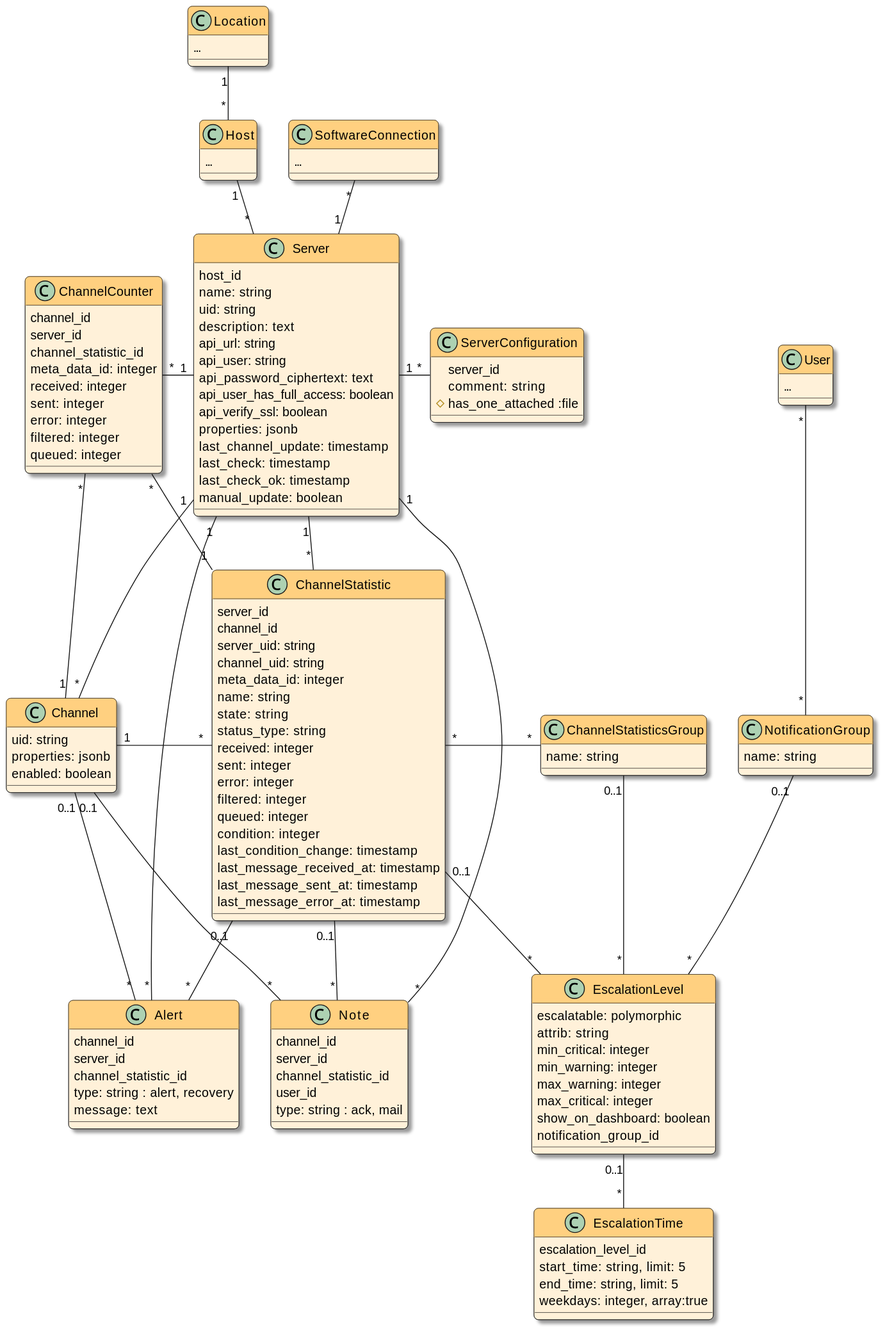
Above: docsrc/devnotes/modules/ROOT/images/models.svg in swobspace/mirco (PlantUML), before the change.
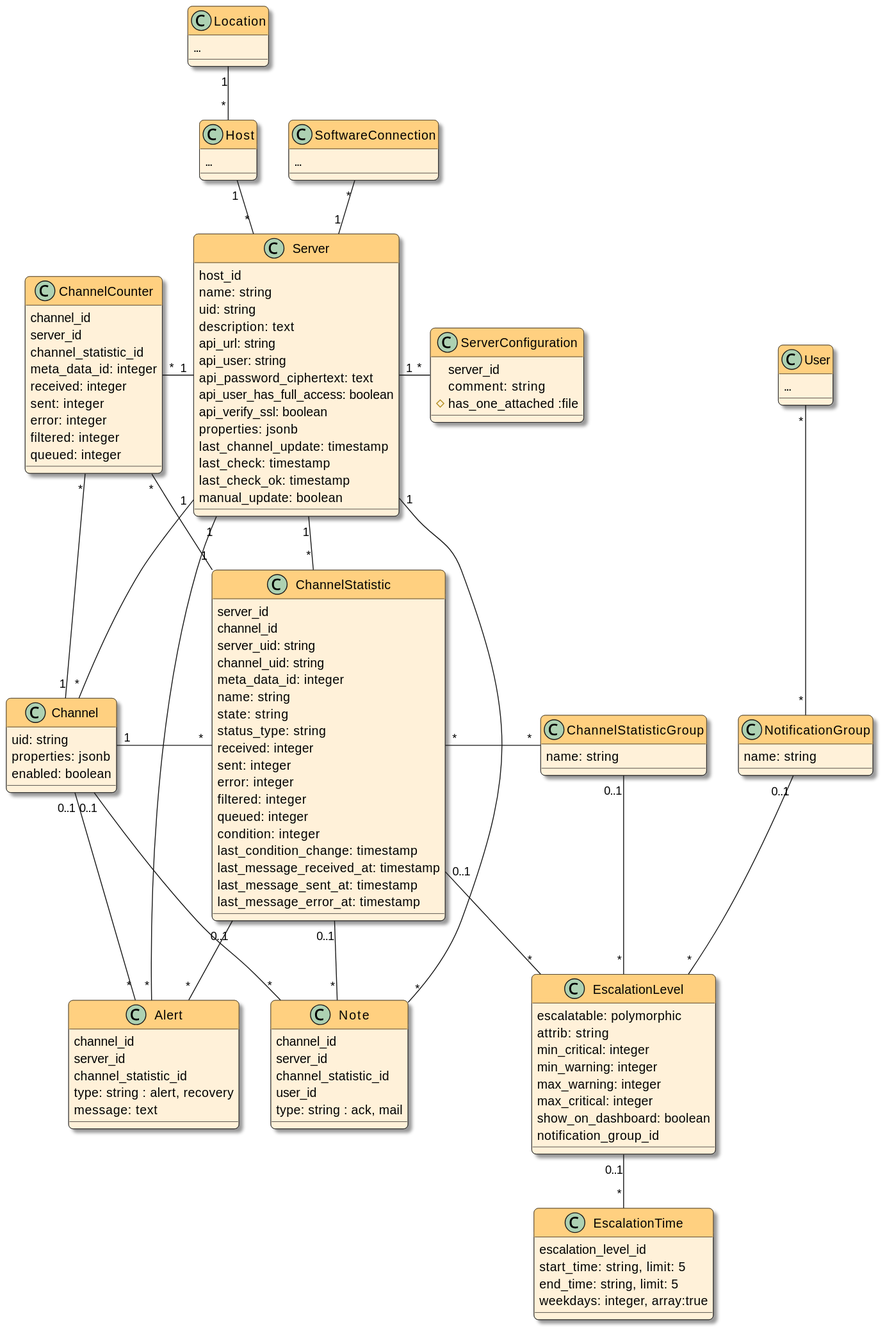
After the commit.

Change to the diagram source:
```diff
@@ -61,7 +61,7 @@
   last_message_error_at: timestamp
 }
 
-class ChannelStatisticsGroup {
+class ChannelStatisticGroup {
   name: string
 }
 
@@ -137,9 +137,9 @@
 Server "1" -- "*" Note
 Channel "0..1" -- "*" Note
 ChannelStatistic "0..1" -- "*" Note
-ChannelStatistic "*" - "*" ChannelStatisticsGroup
+ChannelStatistic "*" - "*" ChannelStatisticGroup
 ChannelStatistic "0..1" -- "*" EscalationLevel
-ChannelStatisticsGroup "0..1" -- "*" EscalationLevel
+ChannelStatisticGroup "0..1" -- "*" EscalationLevel
 NotificationGroup "0..1" -- "*" EscalationLevel
 EscalationLevel "0..1" -- "*" EscalationTime
 User "*" -- "*" NotificationGroup
```
